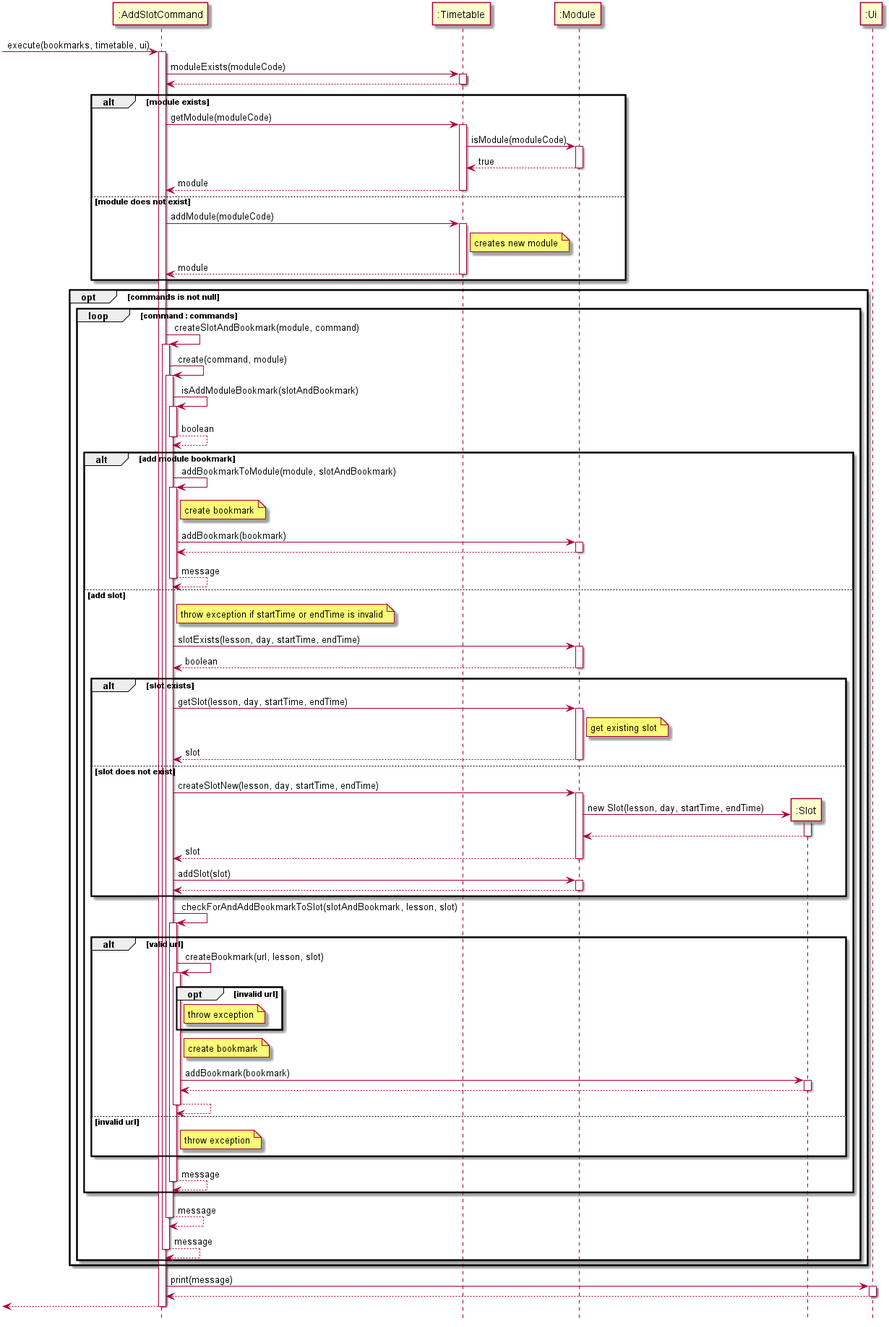
nus-cs2113-AY2021S1/tp keeps this PlantUML diagram as docs/diagrams/addSlotSequenceDiagram.png. Above is the earlier version.
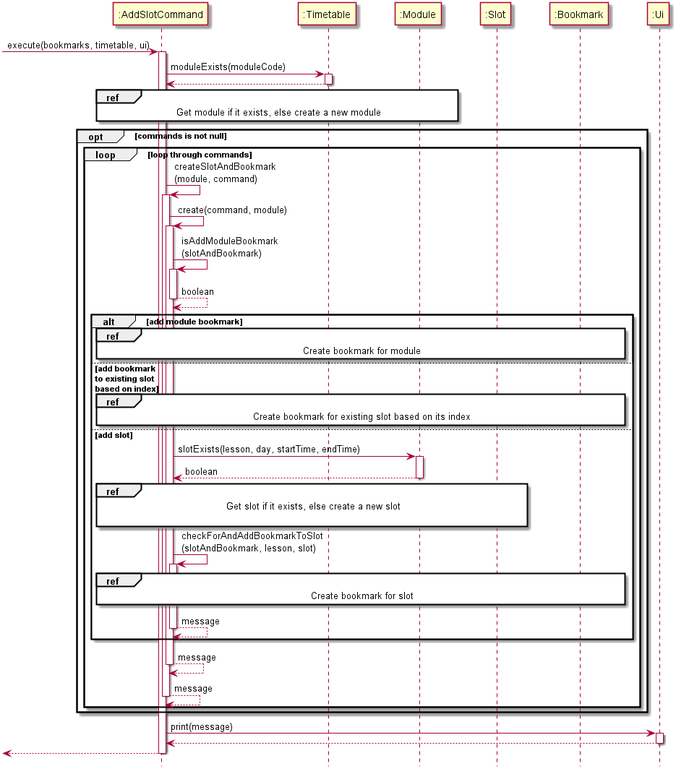
The same diagram one commit later.

What changed in the source:
```diff
@@ -5,10 +5,9 @@
 participant ":AddSlotCommand" as AddSlotCommand
 participant ":Timetable" as Timetable
 participant ":Module" as Module
-participant ":Slot" as SlotNew
+participant ":Slot" as Slot
+participant ":Bookmark" as Bookmark
 participant ":Ui" as Ui
-
-
 
 
 [-> AddSlotCommand : execute(bookmarks, timetable, ui)
@@ -20,62 +19,40 @@
 Timetable --> AddSlotCommand
 deactivate Timetable
 
-alt module exists
-    AddSlotCommand -> Timetable : getModule(moduleCode)
-    activate Timetable
-
-    Timetable -> Module : isModule(moduleCode)
-    activate Module
-
-    Module --> Timetable : true
-    deactivate Module
-
-    Timetable --> AddSlotCommand : module
-    deactivate Timetable
-
-else module does not exist
-    AddSlotCommand -> Timetable : addModule(moduleCode)
-    activate Timetable
-
-    note right of Timetable : creates new module
-
-
-    Timetable --> AddSlotCommand : module
-    deactivate Timetable
-end
+ref over AddSlotCommand, Module
+    Get module if it exists, else create a new module
+end ref
 
 opt commands is not null
-    loop command : commands
-        AddSlotCommand -> AddSlotCommand : createSlotAndBookmark(module, command)
+    loop loop through commands
+        AddSlotCommand -> AddSlotCommand : createSlotAndBookmark\n(module, command)
         activate AddSlotCommand
 
         AddSlotCommand -> AddSlotCommand : create(command, module)
         activate AddSlotCommand
 
-        AddSlotCommand -> AddSlotCommand : isAddModuleBookmark(slotAndBookmark)
+        AddSlotCommand -> AddSlotCommand : isAddModuleBookmark\n(slotAndBookmark)
         activate AddSlotCommand
 
         AddSlotCommand --> AddSlotCommand : boolean
         deactivate AddSlotCommand
 
         alt add module bookmark
-            AddSlotCommand -> AddSlotCommand : addBookmarkToModule(module, slotAndBookmark)
-            activate AddSlotCommand
-
-            note right of AddSlotCommand : create bookmark
 
 
-            AddSlotCommand -> Module : addBookmark(bookmark)
-            activate Module
+            ref over AddSlotCommand, Bookmark
+                Create bookmark for module
+            end ref
 
-            Module --> AddSlotCommand
-            deactivate Module
 
-            AddSlotCommand --> AddSlotCommand : message
-            deactivate AddSlotCommand
+        else add bookmark \nto existing slot \nbased on index
+
+
+            ref over AddSlotCommand, Bookmark
+                Create bookmark for existing slot based on its index
+            end ref
+
         else add slot
-
-            note right of AddSlotCommand : throw exception if startTime or endTime is invalid
 
             AddSlotCommand -> Module : slotExists(lesson, day, startTime, endTime)
             activate Module
@@ -83,60 +60,17 @@
             Module --> AddSlotCommand : boolean
             deactivate Module
 
-            alt slot exists
-                AddSlotCommand -> Module : getSlot(lesson, day, startTime, endTime)
-                activate Module
+            ref over AddSlotCommand, Slot
+                Get slot if it exists, else create a new slot
 
-                note right of Module : get existing slot
+            end ref
 
-
-                Module --> AddSlotCommand : slot
-                deactivate Module
-            else slot does not exist
-                AddSlotCommand -> Module : createSlotNew(lesson, day, startTime, endTime)
-                activate Module
-
-                Module -> SlotNew ** : new Slot(lesson, day, startTime, endTime)
-                activate SlotNew
-
-                SlotNew --> Module
-                deactivate SlotNew
-
-                Module --> AddSlotCommand : slot
-                deactivate Module
-
-                AddSlotCommand -> Module : addSlot(slot)
-                activate Module
-
-                Module --> AddSlotCommand
-                deactivate Module
-            end
-
-            AddSlotCommand -> AddSlotCommand : checkForAndAddBookmarkToSlot(slotAndBookmark, lesson, slot)
+            AddSlotCommand -> AddSlotCommand : checkForAndAddBookmarkToSlot\n(slotAndBookmark, lesson, slot)
             activate AddSlotCommand
 
-            alt valid url
-                AddSlotCommand -> AddSlotCommand : createBookmark(url, lesson, slot)
-                activate AddSlotCommand
-
-                opt invalid url
-                    note right of AddSlotCommand : throw exception
-                end
-
-                note right of AddSlotCommand : create bookmark
-
-
-                AddSlotCommand -> SlotNew : addBookmark(bookmark)
-                activate SlotNew
-
-                SlotNew --> AddSlotCommand
-                deactivate SlotNew
-
-                AddSlotCommand --> AddSlotCommand
-                deactivate AddSlotCommand
-            else invalid url
-                note right of AddSlotCommand : throw exception
-            end
+            ref over AddSlotCommand, Bookmark
+                Create bookmark for slot
+            end ref
 
             AddSlotCommand --> AddSlotCommand : message
             deactivate AddSlotCommand
@@ -161,4 +95,8 @@
 AddSlotCommand -->[
 deactivate AddSlotCommand
 
+
+
+
+
 @enduml
```
